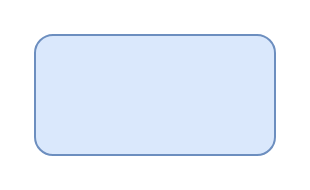
Above: Project/未命名绘图.drawio in hao15239129517/drawio (draw.io), before the change. Source tidied: cells renumbered, new cells numbered last; positions are measured from the earlier drawing's top-left corner, leaving out a move shared by most shapes. Both pictures are drawn from the tidied source at 200%, with x=0, y=0 at pixel (34, 34).
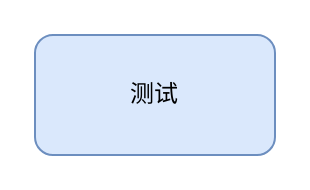
The same diagram, later.

What changed in the source:
```diff
@@
 <mxGraphModel>
   <root>
     <mxCell id="0" />
     <mxCell id="1" parent="0" />
-    <mxCell id="2" style="rounded=1;whiteSpace=wrap;html=1;fillColor=#dae8fc;strokeColor=#6c8ebf;" parent="1" vertex="1">
+    <mxCell id="2" value="测试" style="rounded=1;whiteSpace=wrap;html=1;fillColor=#dae8fc;strokeColor=#6c8ebf;" parent="1" vertex="1">
       <mxGeometry width="120" height="60" as="geometry" />
     </mxCell>
   </root>
 </mxGraphModel>
```
